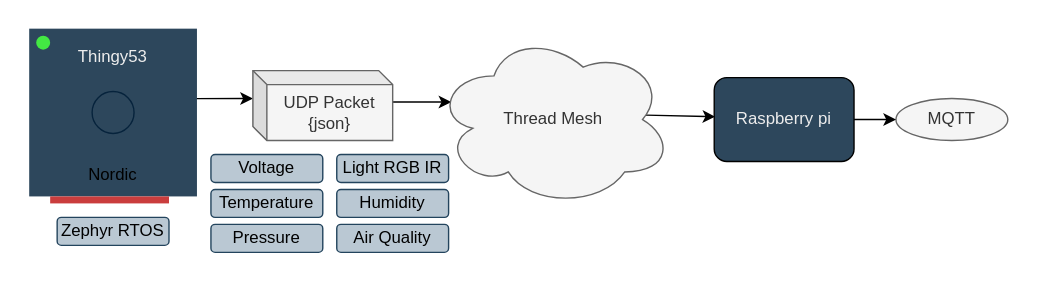
This is design/SensorsServer.drawio.svg from HomeSmartMesh/sdk-hsm-thingy53, a draw.io export, as it was before one commit. Source tidied: cells renumbered, new cells last; positions are measured from the earlier drawing's top-left corner, leaving out a move shared by most shapes.
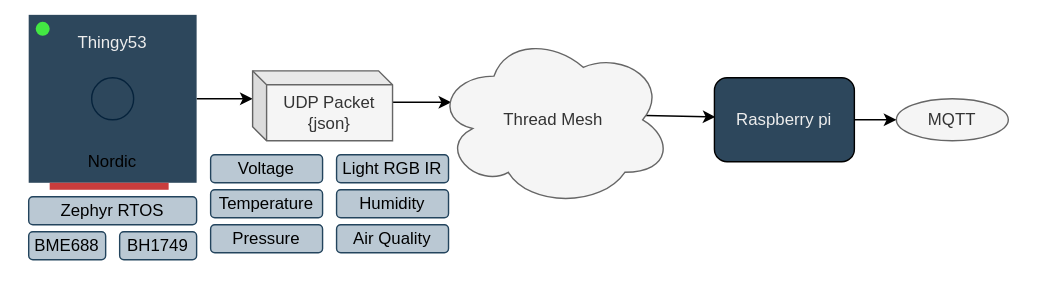
Later version of the same file.

Commit message:
updated links and refs

Diff of the diagram source:
```diff
@@ -5,14 +5,14 @@
     <mxCell id="2" style="rounded=0;whiteSpace=wrap;html=1;strokeColor=none;" parent="1" vertex="1">
       <mxGeometry width="740" height="200" as="geometry" />
     </mxCell>
-    <mxCell id="3" style="edgeStyle=none;html=1;exitX=0.994;exitY=0.417;exitDx=0;exitDy=0;entryX=0;entryY=0;entryDx=0;entryDy=20;entryPerimeter=0;exitPerimeter=0;" parent="1" edge="1" source="6" target="13">
+    <mxCell id="3" style="edgeStyle=none;html=1;exitX=1;exitY=0.5;exitDx=0;exitDy=0;entryX=0;entryY=0;entryDx=0;entryDy=20;entryPerimeter=0;" parent="1" edge="1" source="6" target="13">
       <mxGeometry relative="1" as="geometry" />
     </mxCell>
     <mxCell id="4" value="Voltage" style="rounded=1;whiteSpace=wrap;html=1;fillColor=#bac8d3;strokeColor=#23445d;" parent="1" vertex="1">
       <mxGeometry x="150" y="110" width="80" height="20" as="geometry" />
     </mxCell>
     <mxCell id="5" style="group;" parent="1" vertex="1">
-      <mxGeometry x="20" y="20" width="120" height="125" as="geometry" />
+      <mxGeometry x="20" y="10" width="120" height="125" as="geometry" />
     </mxCell>
     <mxCell id="6" style="whiteSpace=wrap;html=1;strokeColor=none;fillColor=#2D475C;" parent="5" vertex="1">
       <mxGeometry width="120" height="120" as="geometry" />
@@ -70,10 +70,16 @@
       <mxGeometry x="240" y="160" width="80" height="20" as="geometry" />
     </mxCell>
     <mxCell id="23" value="Zephyr RTOS" style="rounded=1;whiteSpace=wrap;html=1;fillColor=#bac8d3;strokeColor=#23445d;" parent="1" vertex="1">
-      <mxGeometry x="40" y="155" width="80" height="20" as="geometry" />
+      <mxGeometry x="20" y="140" width="120" height="20" as="geometry" />
     </mxCell>
     <mxCell id="24" value="Raspberry pi" style="rounded=1;whiteSpace=wrap;html=1;fillColor=#2d475c;fontColor=#EDEDED;" parent="1" vertex="1">
       <mxGeometry x="510" y="55" width="100" height="60" as="geometry" />
     </mxCell>
+    <mxCell id="25" value="BME688" style="rounded=1;whiteSpace=wrap;html=1;fillColor=#bac8d3;strokeColor=#23445d;" parent="1" vertex="1">
+      <mxGeometry x="20" y="165" width="55" height="20" as="geometry" />
+    </mxCell>
+    <mxCell id="26" value="BH1749" style="rounded=1;whiteSpace=wrap;html=1;fillColor=#bac8d3;strokeColor=#23445d;" parent="1" vertex="1">
+      <mxGeometry x="85" y="165" width="55" height="20" as="geometry" />
+    </mxCell>
   </root>
 </mxGraphModel>
```
